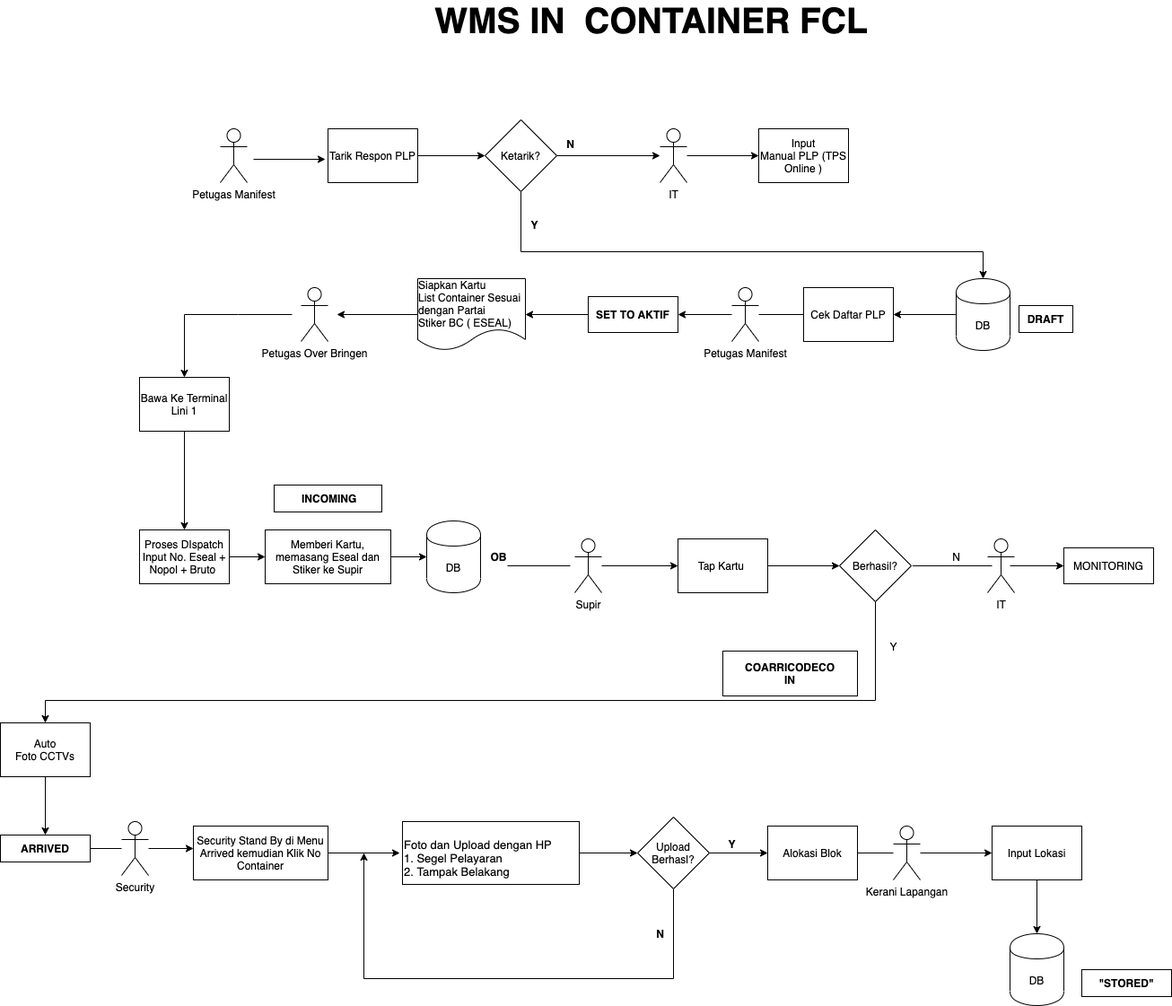
Before: img/fclin.png, a diagram exported from draw.io (sftmm/User-Manual). Source tidied: cells renumbered, new cells last; positions are measured from the earlier drawing's top-left corner, leaving out a move shared by most shapes.
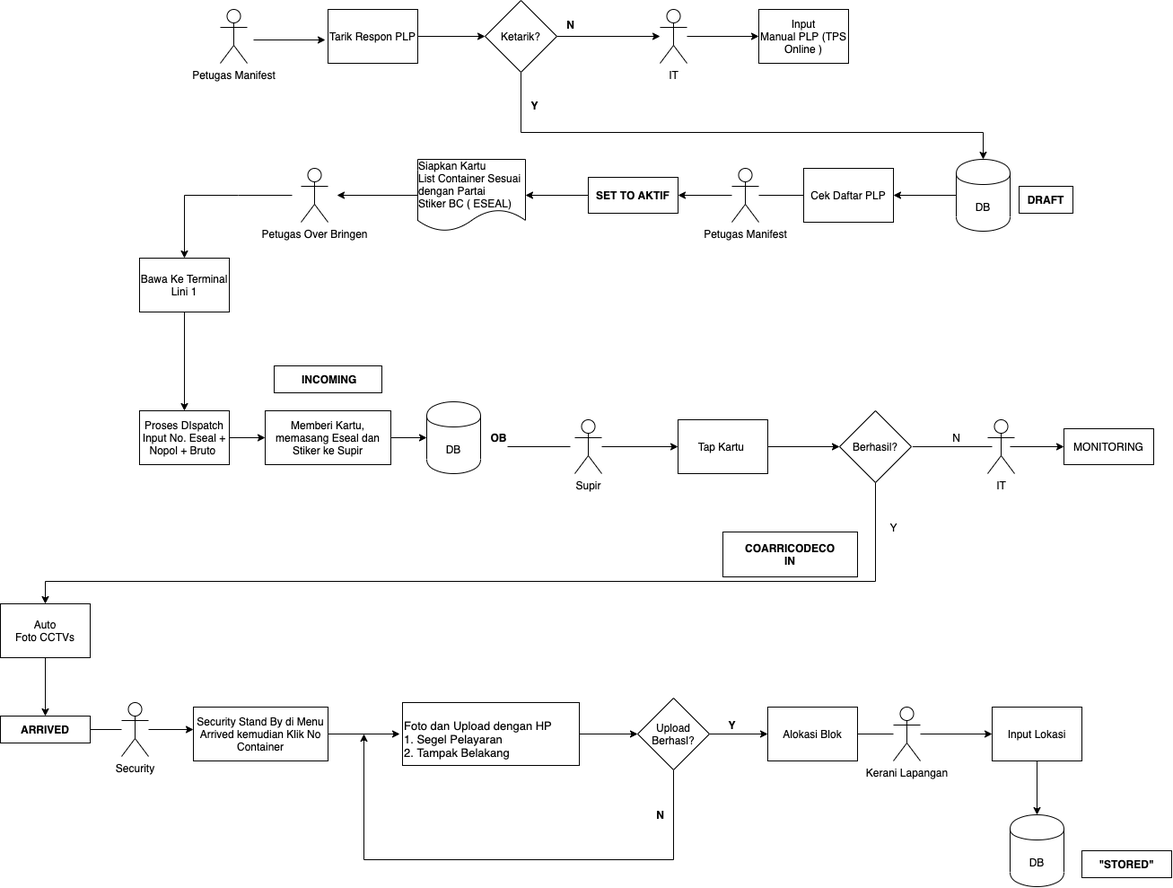
Above is the later version.

Diff of the diagram source:
```diff
@@ -178,9 +178,6 @@
     <mxCell id="47" value="IT" style="shape=umlActor;verticalLabelPosition=bottom;labelBackgroundColor=#ffffff;verticalAlign=top;html=1;outlineConnect=0;" parent="1" vertex="1">
       <mxGeometry x="735" y="140" width="30" height="60" as="geometry" />
     </mxCell>
-    <mxCell id="48" value="&lt;b&gt;&lt;font style=&quot;font-size: 39px&quot;&gt;WMS IN&amp;nbsp; CONTAINER FCL&lt;/font&gt;&lt;/b&gt;" style="text;html=1;align=center;verticalAlign=middle;fontSize=23;" parent="1" vertex="1">
-      <mxGeometry x="475" width="500" height="40" as="geometry" />
-    </mxCell>
     <mxCell id="49" value="&lt;b&gt;DRAFT&lt;/b&gt;" style="rounded=0;whiteSpace=wrap;html=1;" parent="1" vertex="1">
       <mxGeometry x="1135" y="337" width="60" height="30" as="geometry" />
     </mxCell>
```
